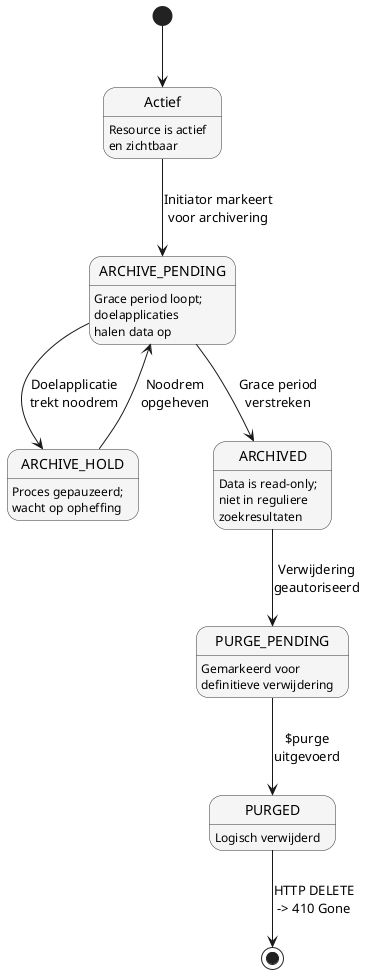
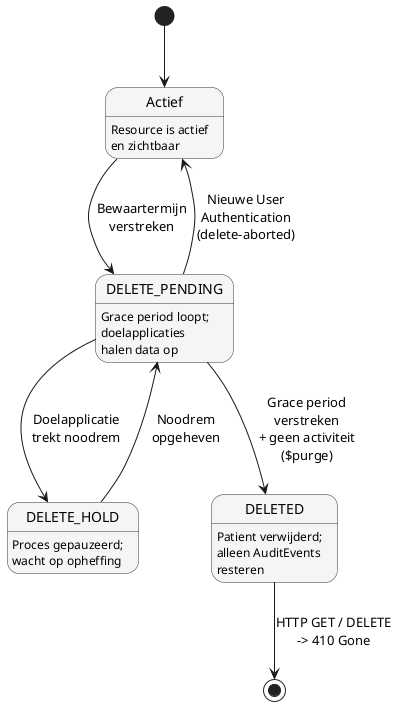
@startuml archivering-tag-lifecycle

skinparam state {
  BackgroundColor #f5f5f5
  BorderColor #333333
}

[*] --> Actief

Actief : Resource is actief\nen zichtbaar

- Actief --> ARCHIVE_PENDING : Initiator markeert\nvoor archivering
+ Actief --> DELETE_PENDING : Bewaartermijn\nverstreken

- ARCHIVE_PENDING : Grace period loopt;\ndoelapplicaties\nhalen data op
- ARCHIVE_PENDING --> ARCHIVE_HOLD : Doelapplicatie\ntrekt noodrem
- ARCHIVE_PENDING --> ARCHIVED : Grace period\nverstreken
+ DELETE_PENDING : Grace period loopt;\ndoelapplicaties\nhalen data op
+ DELETE_PENDING --> DELETE_HOLD : Doelapplicatie\ntrekt noodrem
+ DELETE_PENDING --> Actief : Nieuwe User\nAuthentication\n(delete-aborted)
+ DELETE_PENDING --> DELETED : Grace period\nverstreken\n+ geen activiteit\n($purge)

- ARCHIVE_HOLD : Proces gepauzeerd;\nwacht op opheffing
- ARCHIVE_HOLD --> ARCHIVE_PENDING : Noodrem\nopgeheven
+ DELETE_HOLD : Proces gepauzeerd;\nwacht op opheffing
+ DELETE_HOLD --> DELETE_PENDING : Noodrem\nopgeheven

- ARCHIVED : Data is read-only;\nniet in reguliere\nzoekresultaten
- ARCHIVED --> PURGE_PENDING : Verwijdering\ngeautoriseerd
- 
- PURGE_PENDING : Gemarkeerd voor\ndefinitieve verwijdering
- PURGE_PENDING --> PURGED : $purge\nuitgevoerd
- 
- PURGED : Logisch verwijderd
- PURGED --> [*] : HTTP DELETE\n-> 410 Gone
+ DELETED : Patient verwijderd;\nalleen AuditEvents\nresteren
+ DELETED --> [*] : HTTP GET / DELETE\n-> 410 Gone

@enduml
